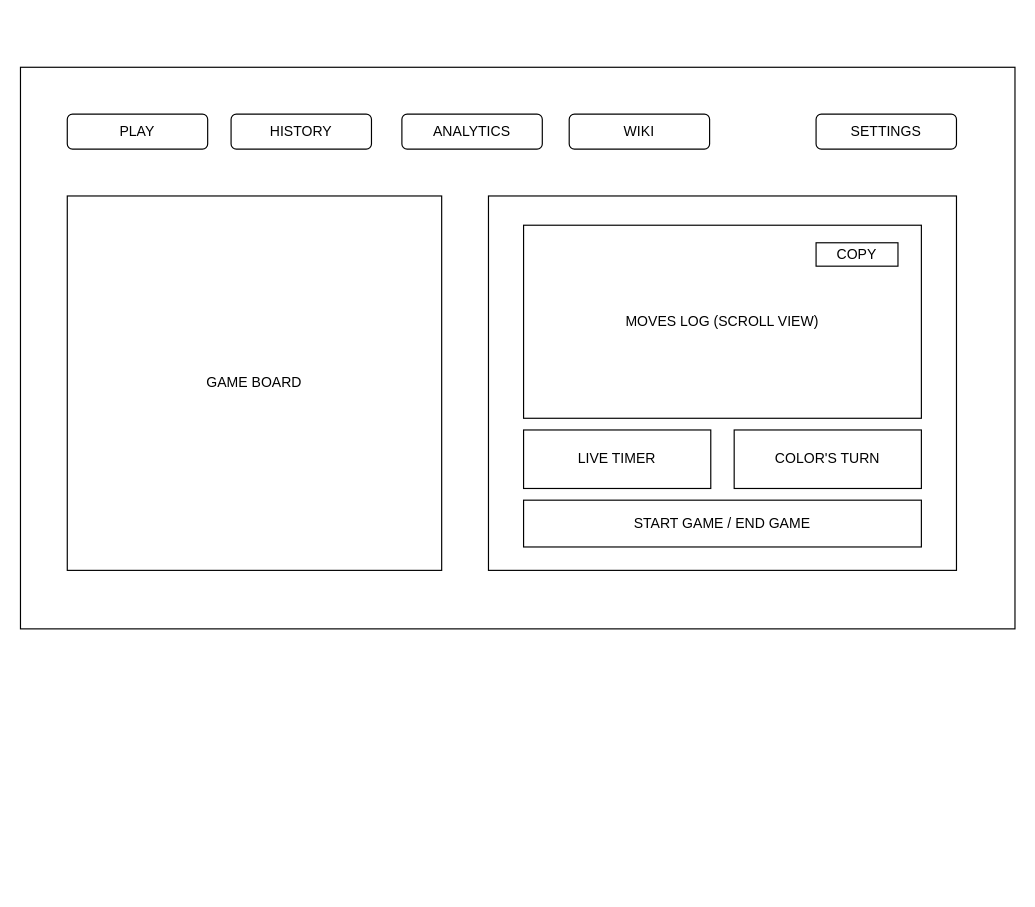
The draw.io diagram Resources/wireframe.drawio in everythingzit/Deep-Square, before the edit. Source tidied: cells renumbered, new cells numbered last; positions are measured from the earlier drawing's top-left corner, leaving out a move shared by most shapes. Both pictures are drawn from the tidied source at 117%, with x=0, y=0 at pixel (20, 67).
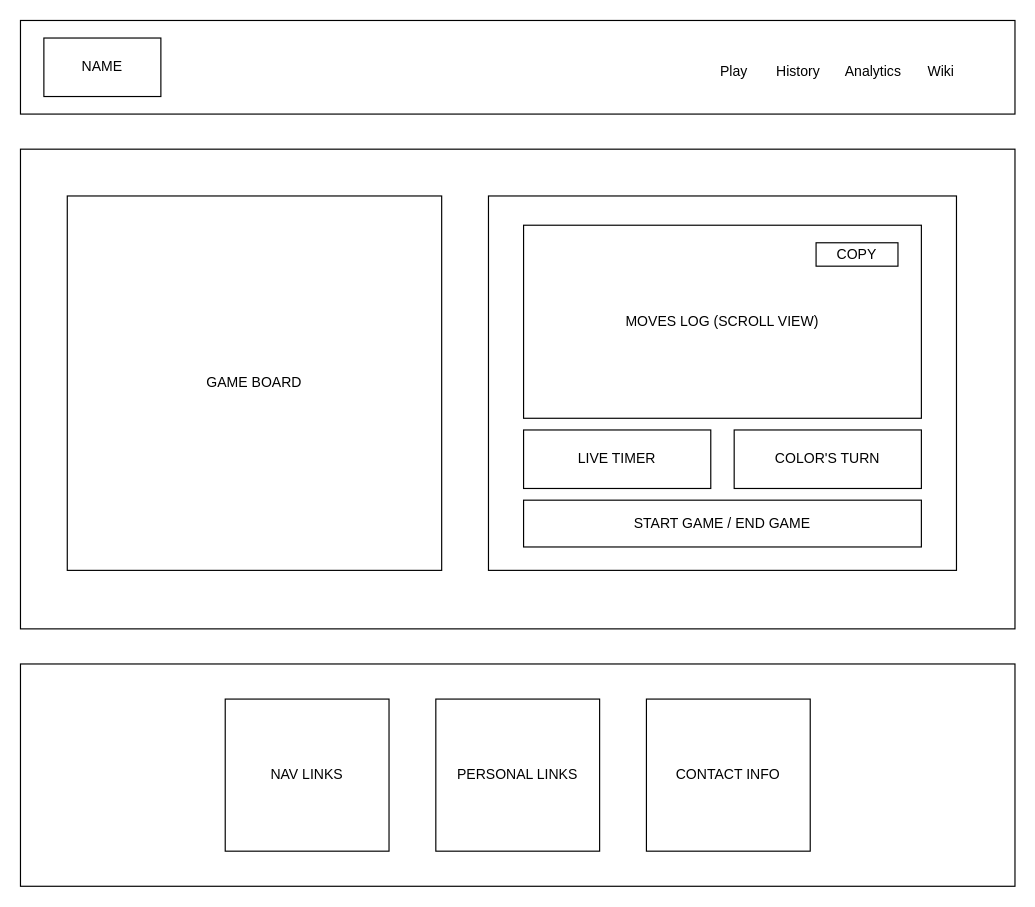
The same diagram, later.

The edit, as a diff of the source:
```diff
@@
-<mxGraphModel>
+<mxGraphModel background="#ffffff">
   <root>
     <mxCell id="0" />
     <mxCell id="1" parent="0" />
     <mxCell id="2" style="rounded=0;whiteSpace=wrap;html=1;" parent="1" vertex="1">
-      <mxGeometry width="850" height="480" as="geometry" />
+      <mxGeometry y="70" width="850" height="410" as="geometry" />
     </mxCell>
     <mxCell id="3" value="GAME BOARD" style="whiteSpace=wrap;html=1;" parent="1" vertex="1">
       <mxGeometry x="40" y="110" width="320" height="320" as="geometry" />
     </mxCell>
-    <mxCell id="4" value="HISTORY" style="rounded=1;whiteSpace=wrap;html=1;" parent="1" vertex="1">
-      <mxGeometry x="180" y="40" width="120" height="30" as="geometry" />
-    </mxCell>
-    <mxCell id="5" value="PLAY" style="rounded=1;whiteSpace=wrap;html=1;" parent="1" vertex="1">
-      <mxGeometry x="40" y="40" width="120" height="30" as="geometry" />
-    </mxCell>
-    <mxCell id="6" value="ANALYTICS" style="rounded=1;whiteSpace=wrap;html=1;" parent="1" vertex="1">
-      <mxGeometry x="326" y="40" width="120" height="30" as="geometry" />
-    </mxCell>
-    <mxCell id="7" value="WIKI" style="rounded=1;whiteSpace=wrap;html=1;" parent="1" vertex="1">
-      <mxGeometry x="469" y="40" width="120" height="30" as="geometry" />
-    </mxCell>
     <mxCell id="8" style="rounded=0;whiteSpace=wrap;html=1;" parent="1" vertex="1">
       <mxGeometry x="400" y="110" width="400" height="320" as="geometry" />
     </mxCell>
-    <mxCell id="9" value="SETTINGS" style="rounded=1;whiteSpace=wrap;html=1;" parent="1" vertex="1">
-      <mxGeometry x="680" y="40" width="120" height="30" as="geometry" />
-    </mxCell>
     <mxCell id="10" value="MOVES LOG (SCROLL VIEW)" style="rounded=0;whiteSpace=wrap;html=1;" parent="1" vertex="1">
       <mxGeometry x="430" y="135" width="340" height="165" as="geometry" />
     </mxCell>
     <mxCell id="11" value="LIVE TIMER" style="rounded=0;whiteSpace=wrap;html=1;" parent="1" vertex="1">
       <mxGeometry x="430" y="310" width="160" height="50" as="geometry" />
     </mxCell>
     <mxCell id="12" value="COLOR'S TURN" style="rounded=0;whiteSpace=wrap;html=1;" parent="1" vertex="1">
       <mxGeometry x="610" y="310" width="160" height="50" as="geometry" />
     </mxCell>
     <mxCell id="13" value="START GAME / END GAME" style="rounded=0;whiteSpace=wrap;html=1;" parent="1" vertex="1">
       <mxGeometry x="430" y="370" width="340" height="40" as="geometry" />
     </mxCell>
     <mxCell id="14" value="COPY" style="rounded=0;whiteSpace=wrap;html=1;" parent="1" vertex="1">
       <mxGeometry x="680" y="150" width="70" height="20" as="geometry" />
     </mxCell>
+    <mxCell id="15" style="rounded=0;whiteSpace=wrap;html=1;" parent="1" vertex="1">
+      <mxGeometry y="-40" width="850" height="80" as="geometry" />
+    </mxCell>
+    <mxCell id="16" style="rounded=0;whiteSpace=wrap;html=1;" parent="1" vertex="1">
+      <mxGeometry y="510" width="850" height="190" as="geometry" />
+    </mxCell>
+    <mxCell id="17" value="NAME" style="rounded=0;whiteSpace=wrap;html=1;" parent="1" vertex="1">
+      <mxGeometry x="20" y="-25" width="100" height="50" as="geometry" />
+    </mxCell>
+    <mxCell id="18" value="Wiki" style="text;html=1;whiteSpace=wrap;strokeColor=none;fillColor=none;align=center;verticalAlign=middle;rounded=0;" parent="1" vertex="1">
+      <mxGeometry x="757" y="-11" width="60" height="30" as="geometry" />
+    </mxCell>
+    <mxCell id="19" value="Analytics" style="text;html=1;whiteSpace=wrap;strokeColor=none;fillColor=none;align=center;verticalAlign=middle;rounded=0;" parent="1" vertex="1">
+      <mxGeometry x="699" y="-11" width="60" height="30" as="geometry" />
+    </mxCell>
+    <mxCell id="20" value="History" style="text;html=1;whiteSpace=wrap;strokeColor=none;fillColor=none;align=center;verticalAlign=middle;rounded=0;" parent="1" vertex="1">
+      <mxGeometry x="635" y="-11" width="60" height="30" as="geometry" />
+    </mxCell>
+    <mxCell id="21" value="Play" style="text;html=1;whiteSpace=wrap;strokeColor=none;fillColor=none;align=center;verticalAlign=middle;rounded=0;" parent="1" vertex="1">
+      <mxGeometry x="580" y="-11" width="60" height="30" as="geometry" />
+    </mxCell>
+    <mxCell id="22" value="NAV LINKS" style="rounded=0;whiteSpace=wrap;html=1;" parent="1" vertex="1">
+      <mxGeometry x="175" y="540" width="140" height="130" as="geometry" />
+    </mxCell>
+    <mxCell id="23" value="PERSONAL LINKS" style="rounded=0;whiteSpace=wrap;html=1;" parent="1" vertex="1">
+      <mxGeometry x="355" y="540" width="140" height="130" as="geometry" />
+    </mxCell>
+    <mxCell id="24" value="CONTACT INFO" style="rounded=0;whiteSpace=wrap;html=1;" parent="1" vertex="1">
+      <mxGeometry x="535" y="540" width="140" height="130" as="geometry" />
+    </mxCell>
   </root>
 </mxGraphModel>
```
